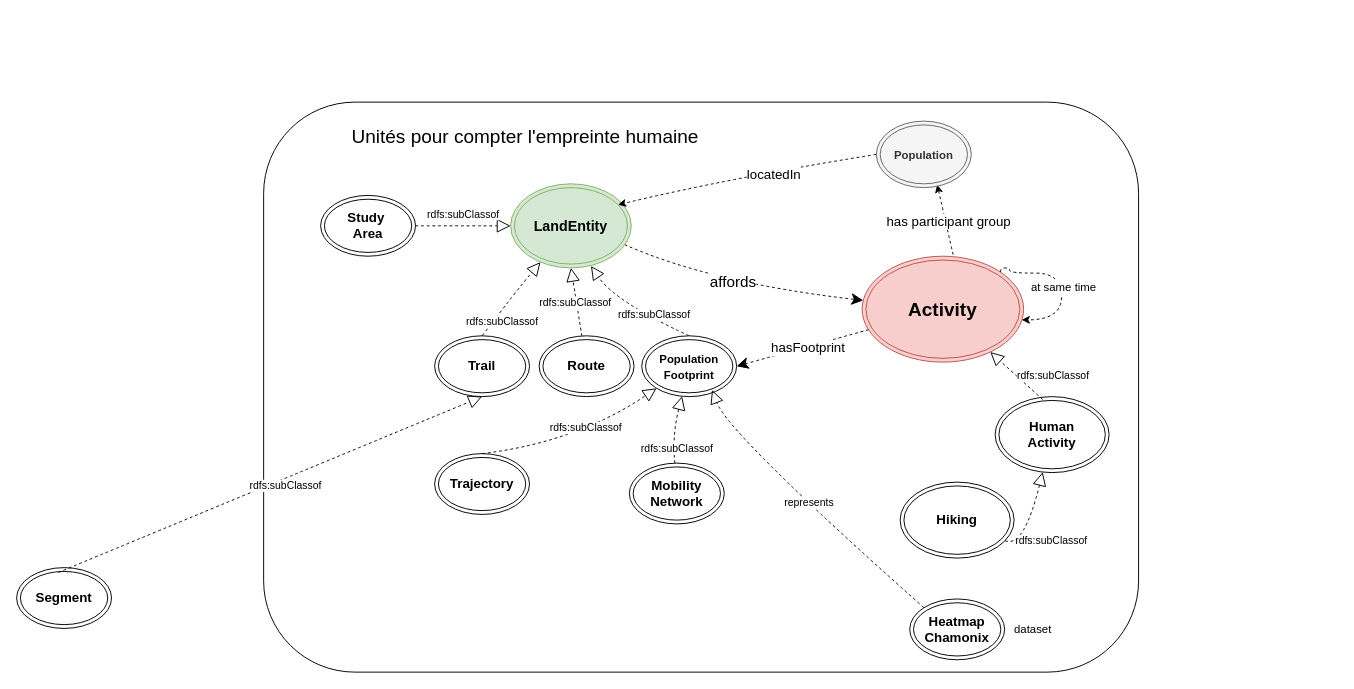
IntForOut/outdoorPressure keeps this draw.io diagram as page "figure 6" (6 of 6) of docs/diagrams/model_KG_article_long.drawio. Above is the earlier version. Source tidied: cells renumbered, new cells numbered last; positions are measured from the earlier drawing's top-left corner, leaving out a move shared by most shapes. Both pictures are drawn from the tidied source at 95%, with x=0, y=0 at pixel (16, 102).
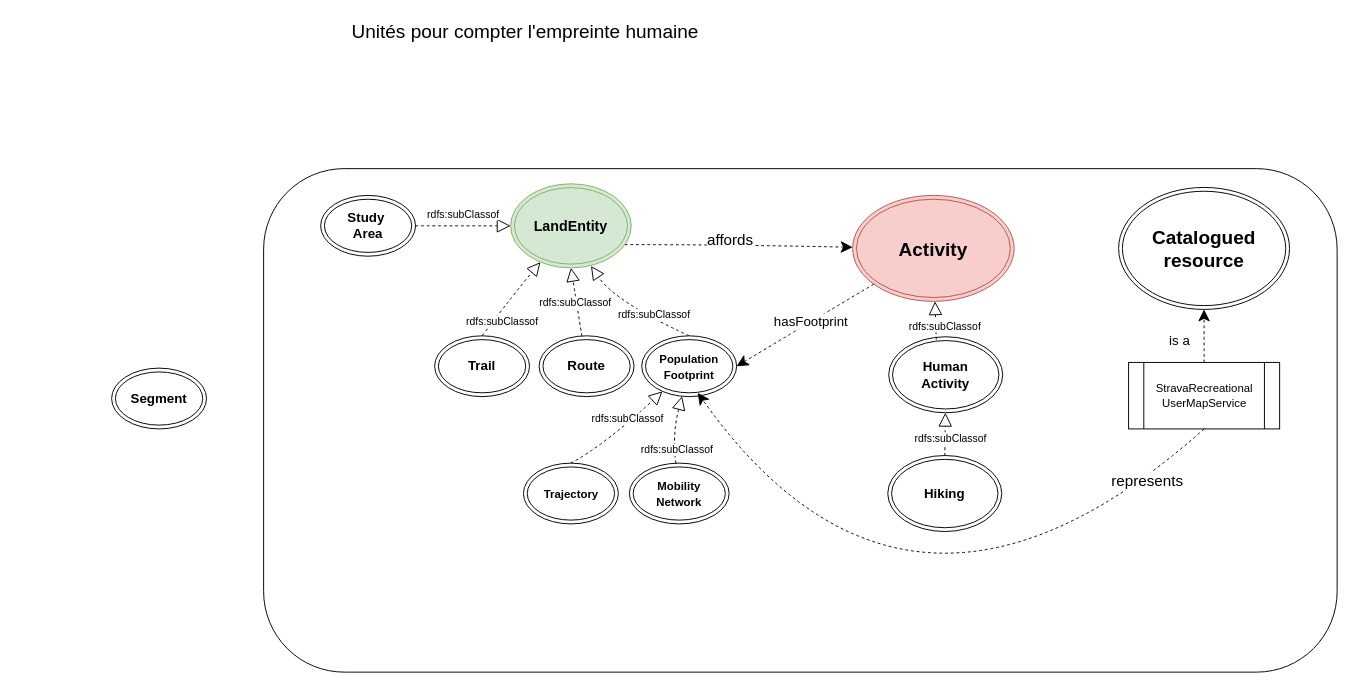
After the change.

Commit message:
Mettre à jour model_KG_article_long.drawio

Unchanged cells that the change refers to:
```xml
<mxCell id="6" value="&lt;b&gt;&lt;font style=&quot;font-size: 15px;&quot;&gt;LandEntity&lt;/font&gt;&lt;/b&gt;" style="ellipse;shape=doubleEllipse;whiteSpace=wrap;html=1;fontSize=14;fillColor=#d5e8d4;strokeColor=#82b366;" parent="1" vertex="1">
  <mxGeometry x="520" y="86" width="127" height="88.5" as="geometry" />
</mxCell>
<mxCell id="10" style="edgeStyle=none;html=1;exitX=0.417;exitY=0.038;exitDx=0;exitDy=0;rounded=0;curved=1;dashed=1;endArrow=block;endFill=0;labelBackgroundColor=default;exitPerimeter=0;endSize=12;" parent="1" edge="1" source="3" target="9">
  <mxGeometry relative="1" as="geometry" />
</mxCell>
<mxCell id="21" value="&lt;b&gt;&lt;font style=&quot;font-size: 12px;&quot;&gt;Population&lt;/font&gt;&lt;/b&gt;&lt;div&gt;&lt;b&gt;&lt;font style=&quot;font-size: 12px;&quot;&gt;Footprint&lt;/font&gt;&lt;/b&gt;&lt;/div&gt;" style="ellipse;shape=doubleEllipse;whiteSpace=wrap;html=1;fontSize=14;" parent="1" vertex="1">
  <mxGeometry x="658" y="246" width="99.9" height="64" as="geometry" />
</mxCell>
<mxCell id="33" value="&lt;b&gt;Trail&lt;/b&gt;" style="ellipse;shape=doubleEllipse;whiteSpace=wrap;html=1;fontSize=14;" parent="1" vertex="1">
  <mxGeometry x="440" y="246" width="99.9" height="64" as="geometry" />
</mxCell>
```

Change to the diagram source:
```diff
@@
     <mxCell id="2" style="rounded=1;whiteSpace=wrap;html=1;fillColor=default;arcSize=16;" parent="1" vertex="1">
-      <mxGeometry x="260" width="921" height="600" as="geometry" />
+      <mxGeometry x="260" y="70" width="1130" height="530" as="geometry" />
     </mxCell>
     <mxCell id="3" value="&lt;b&gt;Human&lt;/b&gt;&lt;div&gt;&lt;b&gt;Activity&lt;/b&gt;&lt;/div&gt;" style="ellipse;shape=doubleEllipse;whiteSpace=wrap;html=1;fontSize=14;" parent="1" vertex="1">
-      <mxGeometry x="1030" y="310" width="120" height="80" as="geometry" />
+      <mxGeometry x="918" y="247" width="120" height="80" as="geometry" />
     </mxCell>
     <mxCell id="4" style="edgeStyle=none;html=1;rounded=0;curved=1;dashed=1;endSize=10;" parent="1" edge="1" target="9">
       <mxGeometry relative="1" as="geometry">
         <mxPoint x="640" y="150" as="sourcePoint" />
         <Array as="points">
-          <mxPoint x="730" y="190" />
+          <mxPoint x="750" y="150" />
         </Array>
       </mxGeometry>
     </mxCell>
@@
-    <mxCell id="7" style="edgeStyle=none;html=1;entryX=0.641;entryY=0.956;entryDx=0;entryDy=0;rounded=0;curved=1;exitX=0.571;exitY=0.036;exitDx=0;exitDy=0;dashed=1;exitPerimeter=0;entryPerimeter=0;" parent="1" edge="1" source="9" target="12">
-      <mxGeometry relative="1" as="geometry" />
-    </mxCell>
-    <mxCell id="8" value="&lt;font style=&quot;font-size: 14px;&quot;&gt;has participant group&lt;/font&gt;" style="edgeLabel;html=1;align=center;verticalAlign=middle;" parent="7" vertex="1">
-      <mxGeometry x="0.07" relative="1" as="geometry">
-        <mxPoint x="3" y="2" as="offset" />
-      </mxGeometry>
-    </mxCell>
     <mxCell id="9" value="&lt;b&gt;&lt;font style=&quot;font-size: 20px;&quot;&gt;Activity&lt;/font&gt;&lt;/b&gt;" style="ellipse;shape=doubleEllipse;whiteSpace=wrap;html=1;fontSize=14;fillColor=#f8cecc;strokeColor=#b85450;" parent="1" vertex="1">
-      <mxGeometry x="890" y="162.2" width="170" height="111.5" as="geometry" />
+      <mxGeometry x="880" y="98.2" width="170" height="111.5" as="geometry" />
     </mxCell>
@@
     <mxCell id="11" value="&lt;font&gt;rdfs:subClassof&lt;/font&gt;" style="edgeLabel;html=1;align=center;verticalAlign=middle;fontSize=11;" parent="10" vertex="1">
       <mxGeometry x="-0.3" y="4" relative="1" as="geometry">
-        <mxPoint x="32" y="-11" as="offset" />
+        <mxPoint x="13" y="-1" as="offset" />
       </mxGeometry>
     </mxCell>
-    <mxCell id="12" value="&lt;b&gt;&lt;font style=&quot;font-size: 12px;&quot;&gt;Population&lt;/font&gt;&lt;/b&gt;" style="ellipse;shape=doubleEllipse;whiteSpace=wrap;html=1;fontSize=14;fillColor=#f5f5f5;fontColor=#333333;strokeColor=#666666;" parent="1" vertex="1">
-      <mxGeometry x="905" y="20" width="99.9" height="70" as="geometry" />
-    </mxCell>
-    <mxCell id="13" style="edgeStyle=none;html=1;rounded=0;curved=1;dashed=1;exitX=0;exitY=0.5;exitDx=0;exitDy=0;entryX=0.89;entryY=0.249;entryDx=0;entryDy=0;entryPerimeter=0;" parent="1" edge="1" source="12" target="6">
-      <mxGeometry relative="1" as="geometry">
-        <Array as="points">
-          <mxPoint x="750" y="80" />
-        </Array>
-      </mxGeometry>
-    </mxCell>
-    <mxCell id="14" value="locatedIn" style="edgeLabel;html=1;align=center;verticalAlign=middle;fontSize=14;" parent="13" vertex="1">
-      <mxGeometry x="-0.37" y="-5" relative="1" as="geometry">
-        <mxPoint x="-22" y="12" as="offset" />
-      </mxGeometry>
-    </mxCell>
-    <mxCell id="15" style="curved=1;endArrow=classic;html=1;rounded=0;dashed=1;entryX=0.988;entryY=0.601;entryDx=0;entryDy=0;entryPerimeter=0;edgeStyle=orthogonalEdgeStyle;innerLoopWaypoints=1;exitX=1;exitY=0;exitDx=0;exitDy=0;" parent="1" edge="1" source="9" target="9">
-      <mxGeometry relative="1" as="geometry">
-        <Array as="points">
-          <mxPoint x="1035.5" y="174.5" />
-          <mxPoint x="1045.4" y="174.5" />
-          <mxPoint x="1045.4" y="180" />
-          <mxPoint x="1100" y="180" />
-          <mxPoint x="1100" y="229.2" />
-        </Array>
-      </mxGeometry>
-    </mxCell>
-    <mxCell id="16" value="&lt;font style=&quot;font-size: 12px;&quot;&gt;at same &lt;font style=&quot;&quot;&gt;time&lt;/font&gt;&lt;/font&gt;" style="edgeLabel;html=1;align=center;verticalAlign=middle;" parent="15" vertex="1">
-      <mxGeometry x="0.69" y="2" relative="1" as="geometry">
-        <mxPoint x="18" y="-37" as="offset" />
-      </mxGeometry>
-    </mxCell>
     <mxCell id="17" style="group;rounded=1;" parent="1" vertex="1">
-      <mxGeometry x="340" y="20" width="440" height="36.2" as="geometry" />
+      <mxGeometry x="340" y="-90" width="440" height="36.2" as="geometry" />
     </mxCell>
@@
     <mxCell id="27" value="&lt;div&gt;&lt;b&gt;Segment&lt;/b&gt;&lt;/div&gt;" style="ellipse;shape=doubleEllipse;whiteSpace=wrap;html=1;fontSize=14;" parent="1" vertex="1">
-      <mxGeometry y="490" width="99.9" height="64" as="geometry" />
+      <mxGeometry x="100" y="280" width="99.9" height="64" as="geometry" />
     </mxCell>
-    <mxCell id="28" style="edgeStyle=none;html=1;rounded=0;curved=1;dashed=1;endArrow=block;endFill=0;endSize=12;entryX=0.5;entryY=1;entryDx=0;entryDy=0;exitX=0.44;exitY=0.078;exitDx=0;exitDy=0;exitPerimeter=0;" parent="1" edge="1" source="27" target="33">
-      <mxGeometry relative="1" as="geometry" />
-    </mxCell>
-    <mxCell id="29" value="&lt;font&gt;rdfs:subClassof&lt;/font&gt;" style="edgeLabel;html=1;align=center;verticalAlign=middle;fontSize=11;" parent="28" vertex="1">
-      <mxGeometry x="0.03" y="2" relative="1" as="geometry">
-        <mxPoint x="9" y="6" as="offset" />
-      </mxGeometry>
-    </mxCell>
-    <mxCell id="30" value="&lt;div&gt;&lt;b&gt;Heatmap&lt;/b&gt;&lt;/div&gt;&lt;div&gt;&lt;b&gt;Chamonix&lt;/b&gt;&lt;/div&gt;" style="ellipse;shape=doubleEllipse;whiteSpace=wrap;html=1;fontSize=14;" parent="1" vertex="1">
-      <mxGeometry x="940.1" y="523" width="99.9" height="64" as="geometry" />
-    </mxCell>
-    <mxCell id="31" style="edgeStyle=none;html=1;rounded=0;curved=1;dashed=1;endArrow=block;endFill=0;endSize=12;entryX=0.741;entryY=0.891;entryDx=0;entryDy=0;exitX=0;exitY=0;exitDx=0;exitDy=0;entryPerimeter=0;" parent="1" edge="1" source="30" target="21">
-      <mxGeometry relative="1" as="geometry">
-        <Array as="points">
-          <mxPoint x="750" y="350" />
-        </Array>
-      </mxGeometry>
-    </mxCell>
-    <mxCell id="32" value="represents" style="edgeLabel;html=1;align=center;verticalAlign=middle;fontSize=11;" parent="31" vertex="1">
-      <mxGeometry x="0.03" y="2" relative="1" as="geometry">
-        <mxPoint x="5" y="-1" as="offset" />
-      </mxGeometry>
-    </mxCell>
@@
-    <mxCell id="36" value="&lt;b&gt;Trajectory&lt;/b&gt;" style="ellipse;shape=doubleEllipse;whiteSpace=wrap;html=1;fontSize=14;" parent="1" vertex="1">
-      <mxGeometry x="440" y="370" width="99.9" height="64" as="geometry" />
+    <mxCell id="36" value="&lt;font style=&quot;font-size: 12px;&quot;&gt;&lt;b&gt;Trajectory&lt;/b&gt;&lt;/font&gt;" style="ellipse;shape=doubleEllipse;whiteSpace=wrap;html=1;fontSize=14;" parent="1" vertex="1">
+      <mxGeometry x="533.5" y="380" width="99.9" height="64" as="geometry" />
     </mxCell>
-    <mxCell id="37" value="&lt;div&gt;&lt;b&gt;Mobility&lt;/b&gt;&lt;/div&gt;&lt;div&gt;&lt;b&gt;Network&lt;/b&gt;&lt;/div&gt;" style="ellipse;shape=doubleEllipse;whiteSpace=wrap;html=1;fontSize=14;" parent="1" vertex="1">
-      <mxGeometry x="645" y="380" width="99.9" height="64" as="geometry" />
+    <mxCell id="37" value="&lt;div&gt;&lt;font style=&quot;font-size: 12px;&quot;&gt;&lt;b&gt;Mobility&lt;/b&gt;&lt;/font&gt;&lt;/div&gt;&lt;div&gt;&lt;font style=&quot;font-size: 12px;&quot;&gt;&lt;b&gt;Network&lt;/b&gt;&lt;/font&gt;&lt;/div&gt;" style="ellipse;shape=doubleEllipse;whiteSpace=wrap;html=1;fontSize=14;" parent="1" vertex="1">
+      <mxGeometry x="645" y="380" width="105" height="64" as="geometry" />
     </mxCell>
@@
     <mxCell id="43" value="&lt;b&gt;Hiking&lt;/b&gt;" style="ellipse;shape=doubleEllipse;whiteSpace=wrap;html=1;fontSize=14;" parent="1" vertex="1">
-      <mxGeometry x="930" y="400" width="120" height="80" as="geometry" />
+      <mxGeometry x="917" y="372" width="120" height="80" as="geometry" />
     </mxCell>
     <mxCell id="44" style="edgeStyle=none;html=1;rounded=0;curved=1;dashed=1;endArrow=block;endFill=0;labelBackgroundColor=default;endSize=12;" parent="1" edge="1" source="43" target="3">
-      <mxGeometry relative="1" as="geometry">
-        <Array as="points">
-          <mxPoint x="1060" y="470" />
-        </Array>
-      </mxGeometry>
+      <mxGeometry relative="1" as="geometry" />
     </mxCell>
     <mxCell id="45" value="&lt;font&gt;rdfs:subClassof&lt;/font&gt;" style="edgeLabel;html=1;align=center;verticalAlign=middle;fontSize=11;" parent="44" vertex="1">
       <mxGeometry x="-0.3" y="4" relative="1" as="geometry">
-        <mxPoint x="29" y="7" as="offset" />
+        <mxPoint x="9" y="-2" as="offset" />
       </mxGeometry>
     </mxCell>
     <mxCell id="46" style="edgeStyle=none;html=1;rounded=0;curved=1;dashed=1;endArrow=block;endFill=0;endSize=12;exitX=0.5;exitY=0;exitDx=0;exitDy=0;" parent="1" edge="1" source="36" target="21">
       <mxGeometry relative="1" as="geometry">
         <Array as="points">
-          <mxPoint x="589" y="358" />
+          <mxPoint x="620" y="360" />
         </Array>
       </mxGeometry>
     </mxCell>
@@
-    <mxCell id="48" value="dataset" style="text;html=1;whiteSpace=wrap;strokeColor=none;fillColor=none;align=center;verticalAlign=middle;rounded=0;" parent="1" vertex="1">
-      <mxGeometry x="1040" y="540" width="60" height="30" as="geometry" />
-    </mxCell>
+    <mxCell id="49" value="&lt;b&gt;&lt;font style=&quot;font-size: 20px;&quot;&gt;Catalogued &lt;br&gt;resource&lt;/font&gt;&lt;/b&gt;" style="ellipse;shape=doubleEllipse;whiteSpace=wrap;html=1;fontSize=14;fillColor=none;" parent="1" vertex="1">
+      <mxGeometry x="1160" y="89.8" width="179.9" height="128.4" as="geometry" />
+    </mxCell>
+    <mxCell id="50" value="&lt;div&gt;StravaRecreational&lt;/div&gt;&lt;div&gt;UserMapService&lt;/div&gt;" style="shape=process;whiteSpace=wrap;html=1;backgroundOutline=1;" parent="1" vertex="1">
+      <mxGeometry x="1170.5" y="274" width="159" height="70" as="geometry" />
+    </mxCell>
+    <mxCell id="51" style="edgeStyle=none;html=1;rounded=0;curved=1;dashed=1;endSize=10;exitX=0.5;exitY=0;exitDx=0;exitDy=0;entryX=0.5;entryY=1;entryDx=0;entryDy=0;" parent="1" edge="1" source="50" target="49">
+      <mxGeometry relative="1" as="geometry" />
+    </mxCell>
+    <mxCell id="52" value="is a" style="edgeLabel;html=1;align=center;verticalAlign=middle;fontSize=14;" parent="51" vertex="1">
+      <mxGeometry x="0.04" y="11" relative="1" as="geometry">
+        <mxPoint x="-15" y="5" as="offset" />
+      </mxGeometry>
+    </mxCell>
+    <mxCell id="53" style="edgeStyle=none;html=1;exitX=0.5;exitY=1;exitDx=0;exitDy=0;entryX=0.59;entryY=0.938;entryDx=0;entryDy=0;rounded=0;curved=1;dashed=1;endSize=10;entryPerimeter=0;" parent="1" edge="1" source="50" target="21">
+      <mxGeometry relative="1" as="geometry">
+        <Array as="points">
+          <mxPoint x="940" y="620" />
+        </Array>
+      </mxGeometry>
+    </mxCell>
+    <mxCell id="32" value="&lt;font style=&quot;color: rgb(0, 0, 0); font-size: 16px;&quot;&gt;represents&lt;/font&gt;" style="edgeLabel;html=1;align=center;verticalAlign=middle;fontSize=14;fontColor=#FF0000;" parent="53" vertex="1">
+      <mxGeometry x="0.3" y="13" relative="1" as="geometry">
+        <mxPoint x="321" y="-143" as="offset" />
+      </mxGeometry>
+    </mxCell>
```
